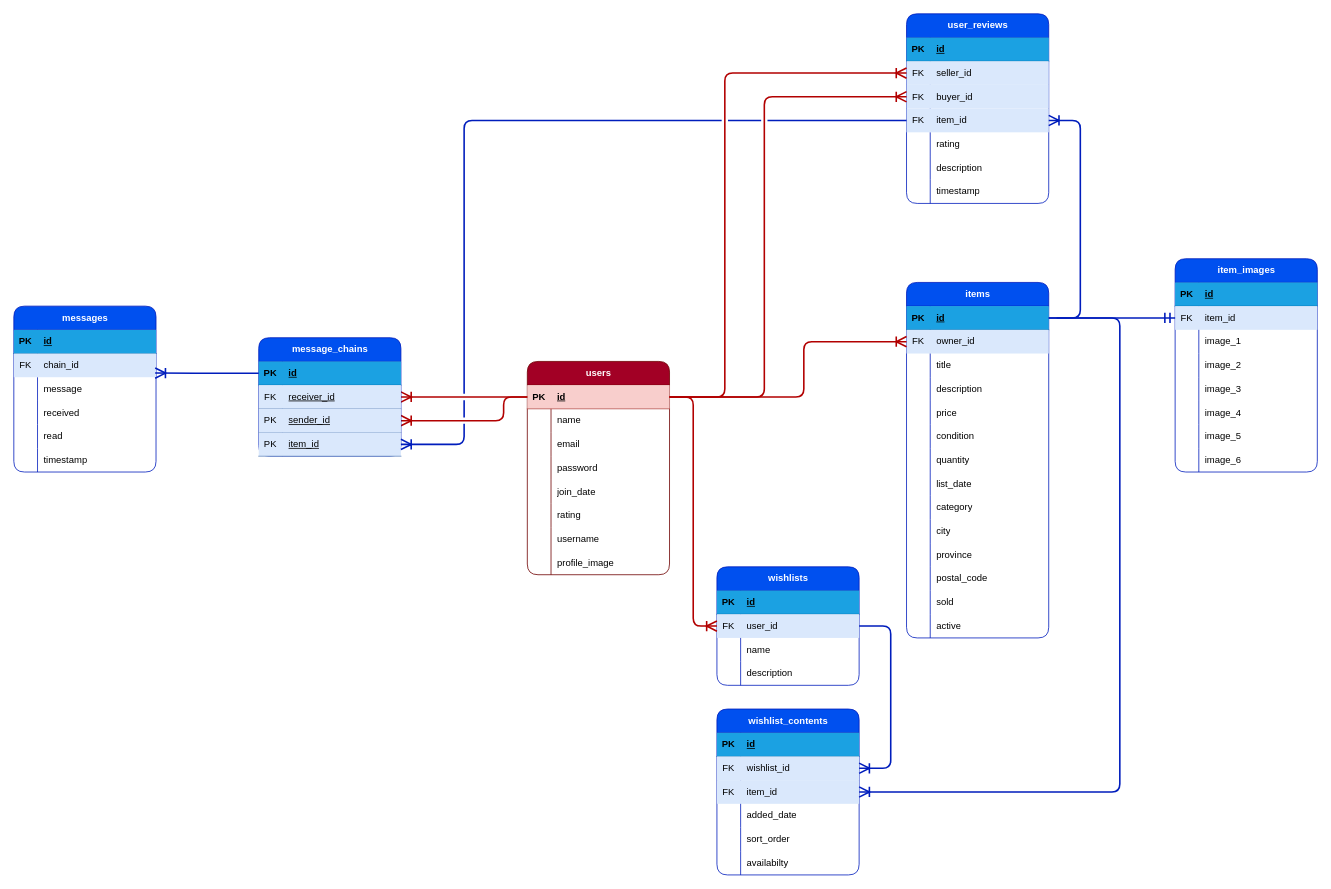
Earlier version of the draw.io diagram _auxiliary/erd_diagram/JX_DB_diagram.drawio (AlexTamayo/JX). Source tidied: cells renumbered, new cells numbered last; positions are measured from the earlier drawing's top-left corner, leaving out a move shared by most shapes. Both pictures are drawn from the tidied source at 79%, with x=0, y=0 at pixel (13, 13).
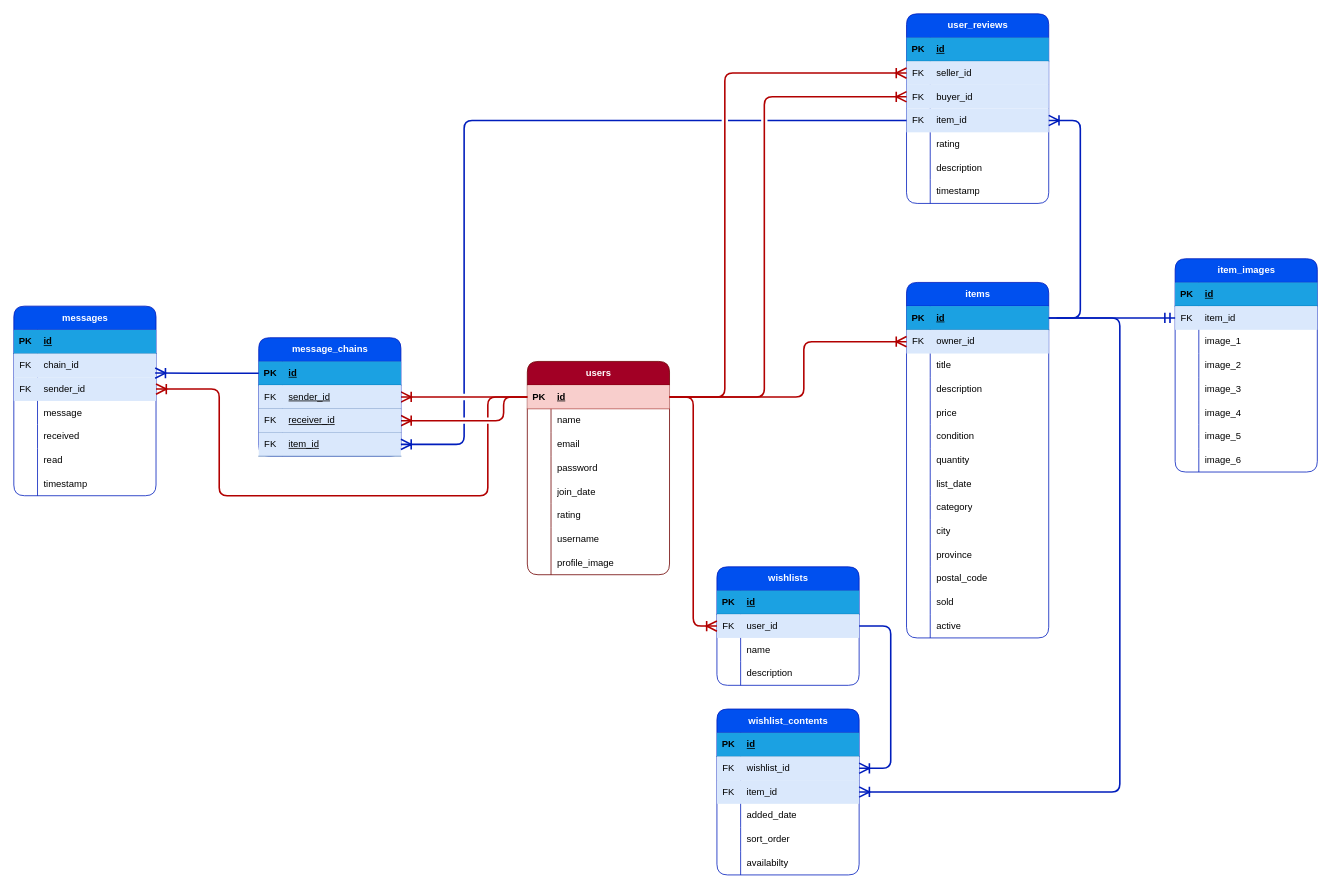
The same page after the edit.

The change refers to these unchanged cells:
```xml
<mxCell id="3" style="shape=tableRow;horizontal=0;startSize=0;swimlaneHead=0;swimlaneBody=0;fillColor=#f8cecc;points=[[0,0.5],[1,0.5]];portConstraint=eastwest;top=0;left=0;right=0;bottom=1;strokeColor=#b85450;" parent="2" vertex="1">
  <mxGeometry y="30" width="180" height="30" as="geometry" />
</mxCell>
<mxCell id="182" style="shape=tableRow;horizontal=0;startSize=0;swimlaneHead=0;swimlaneBody=0;fillColor=#dae8fc;points=[[0,0.5],[1,0.5]];portConstraint=eastwest;top=0;left=0;right=0;bottom=1;strokeColor=#6c8ebf;" parent="178" vertex="1">
  <mxGeometry y="60" width="180" height="30" as="geometry" />
</mxCell>
<mxCell id="185" style="shape=tableRow;horizontal=0;startSize=0;swimlaneHead=0;swimlaneBody=0;fillColor=#dae8fc;points=[[0,0.5],[1,0.5]];portConstraint=eastwest;top=0;left=0;right=0;bottom=1;strokeColor=#6c8ebf;" parent="178" vertex="1">
  <mxGeometry y="90" width="180" height="30" as="geometry" />
</mxCell>
<mxCell id="188" style="shape=tableRow;horizontal=0;startSize=0;swimlaneHead=0;swimlaneBody=0;fillColor=#dae8fc;points=[[0,0.5],[1,0.5]];portConstraint=eastwest;top=0;left=0;right=0;bottom=1;strokeColor=#6c8ebf;" parent="178" vertex="1">
  <mxGeometry y="120" width="180" height="30" as="geometry" />
</mxCell>
```

What changed in the source:
```diff
@@
     <mxCell id="124" value="messages" style="shape=table;startSize=30;childLayout=tableLayout;rowLines=0;fontStyle=1;align=center;html=1;fillColor=#0050ef;fontColor=#ffffff;strokeColor=#001DBC;rounded=1;" parent="1" vertex="1">
-      <mxGeometry y="370" width="180" height="210" as="geometry" />
+      <mxGeometry y="370" width="180" height="240" as="geometry" />
     </mxCell>
@@
+    <mxCell id="193" style="shape=tableRow;horizontal=0;startSize=0;swimlaneHead=0;swimlaneBody=0;fillColor=#dae8fc;points=[[0,0.5],[1,0.5]];portConstraint=eastwest;top=0;left=0;right=0;bottom=0;strokeColor=#6c8ebf;" parent="124" vertex="1">
+      <mxGeometry y="90" width="180" height="30" as="geometry" />
+    </mxCell>
+    <mxCell id="194" value="FK" style="shape=partialRectangle;fillColor=none;top=0;left=0;bottom=0;right=0;overflow=hidden;whiteSpace=wrap;html=1;" parent="193" vertex="1">
+      <mxGeometry width="30" height="30" as="geometry" />
+    </mxCell>
+    <mxCell id="195" value="sender_id" style="shape=partialRectangle;fillColor=none;top=0;left=0;bottom=0;right=0;align=left;spacingLeft=6;overflow=hidden;whiteSpace=wrap;html=1;" parent="193" vertex="1">
+      <mxGeometry x="30" width="150" height="30" as="geometry" />
+    </mxCell>
     <mxCell id="131" style="shape=tableRow;horizontal=0;startSize=0;swimlaneHead=0;swimlaneBody=0;fillColor=none;top=0;left=0;right=0;bottom=0;" parent="124" vertex="1">
-      <mxGeometry y="90" width="180" height="30" as="geometry" />
+      <mxGeometry y="120" width="180" height="30" as="geometry" />
     </mxCell>
@@
     <mxCell id="134" style="shape=tableRow;horizontal=0;startSize=0;swimlaneHead=0;swimlaneBody=0;fillColor=none;top=0;left=0;right=0;bottom=0;" parent="124" vertex="1">
-      <mxGeometry y="120" width="180" height="30" as="geometry" />
+      <mxGeometry y="150" width="180" height="30" as="geometry" />
     </mxCell>
@@
     <mxCell id="137" style="shape=tableRow;horizontal=0;startSize=0;swimlaneHead=0;swimlaneBody=0;fillColor=none;top=0;left=0;right=0;bottom=0;" parent="124" vertex="1">
-      <mxGeometry y="150" width="180" height="30" as="geometry" />
+      <mxGeometry y="180" width="180" height="30" as="geometry" />
     </mxCell>
@@
     <mxCell id="140" style="shape=tableRow;horizontal=0;startSize=0;swimlaneHead=0;swimlaneBody=0;fillColor=none;top=0;left=0;right=0;bottom=0;" parent="124" vertex="1">
-      <mxGeometry y="180" width="180" height="30" as="geometry" />
+      <mxGeometry y="210" width="180" height="30" as="geometry" />
     </mxCell>
@@
-    <mxCell id="184" value="receiver_id" style="shape=partialRectangle;fillColor=none;top=0;left=0;bottom=0;right=0;align=left;spacingLeft=6;fontStyle=4;overflow=hidden;whiteSpace=wrap;html=1;" parent="182" vertex="1">
+    <mxCell id="184" value="sender_id" style="shape=partialRectangle;fillColor=none;top=0;left=0;bottom=0;right=0;align=left;spacingLeft=6;fontStyle=4;overflow=hidden;whiteSpace=wrap;html=1;" parent="182" vertex="1">
       <mxGeometry x="30" width="150" height="30" as="geometry" />
     </mxCell>
@@
-    <mxCell id="186" value="PK" style="shape=partialRectangle;fillColor=none;top=0;left=0;bottom=0;right=0;fontStyle=0;overflow=hidden;whiteSpace=wrap;html=1;" parent="185" vertex="1">
+    <mxCell id="186" value="FK&lt;br&gt;" style="shape=partialRectangle;fillColor=none;top=0;left=0;bottom=0;right=0;fontStyle=0;overflow=hidden;whiteSpace=wrap;html=1;" parent="185" vertex="1">
       <mxGeometry width="30" height="30" as="geometry" />
     </mxCell>
-    <mxCell id="187" value="sender_id" style="shape=partialRectangle;fillColor=none;top=0;left=0;bottom=0;right=0;align=left;spacingLeft=6;fontStyle=4;overflow=hidden;whiteSpace=wrap;html=1;" parent="185" vertex="1">
+    <mxCell id="187" value="receiver_id" style="shape=partialRectangle;fillColor=none;top=0;left=0;bottom=0;right=0;align=left;spacingLeft=6;fontStyle=4;overflow=hidden;whiteSpace=wrap;html=1;" parent="185" vertex="1">
       <mxGeometry x="30" width="150" height="30" as="geometry" />
     </mxCell>
@@
-    <mxCell id="189" value="PK" style="shape=partialRectangle;fillColor=none;top=0;left=0;bottom=0;right=0;fontStyle=0;overflow=hidden;whiteSpace=wrap;html=1;" parent="188" vertex="1">
+    <mxCell id="189" value="FK" style="shape=partialRectangle;fillColor=none;top=0;left=0;bottom=0;right=0;fontStyle=0;overflow=hidden;whiteSpace=wrap;html=1;" parent="188" vertex="1">
       <mxGeometry width="30" height="30" as="geometry" />
     </mxCell>
@@
+    <mxCell id="196" style="edgeStyle=orthogonalEdgeStyle;fontSize=12;html=1;endArrow=ERoneToMany;startArrow=none;rounded=1;endSize=10;startSize=10;fillColor=#e51400;strokeColor=#B20000;strokeWidth=2;endFill=0;startFill=0;exitX=0;exitY=0.5;exitDx=0;exitDy=0;entryX=1;entryY=0.5;entryDx=0;entryDy=0;jumpStyle=gap;" parent="1" edge="1" source="3" target="193">
+      <mxGeometry relative="1" as="geometry">
+        <Array as="points">
+          <mxPoint x="600" y="485" />
+          <mxPoint x="600" y="610" />
+          <mxPoint x="260" y="610" />
+          <mxPoint x="260" y="475" />
+        </Array>
+      </mxGeometry>
+    </mxCell>
```
